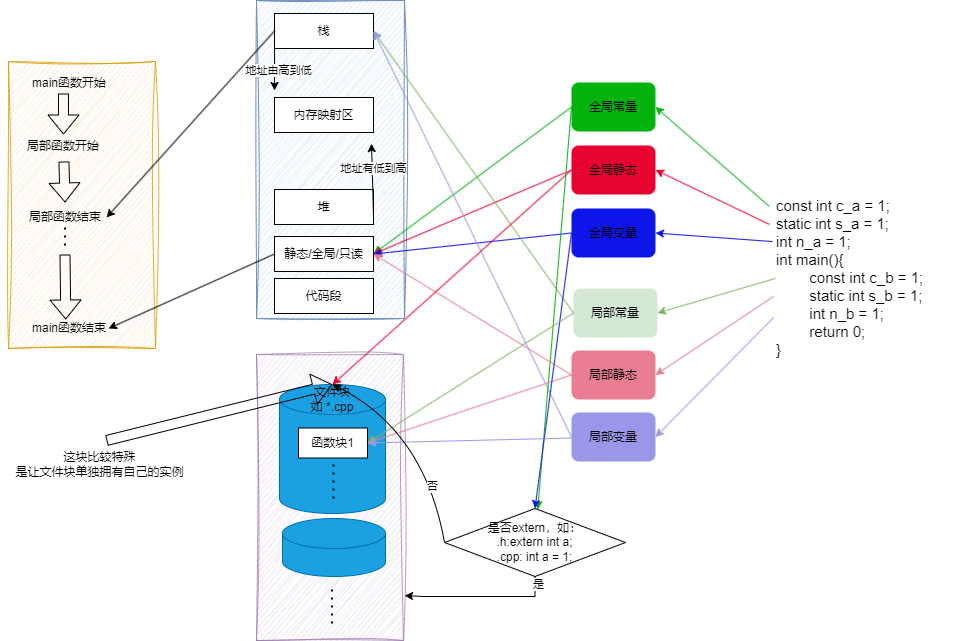
Before: CS/语言/C(++)/存储位置、作用域与生命周期.drawio.png, a diagram exported from draw.io (sirius-zyj/Images). Source tidied: cells renumbered, new cells last; positions are measured from the earlier drawing's top-left corner, leaving out a move shared by most shapes.
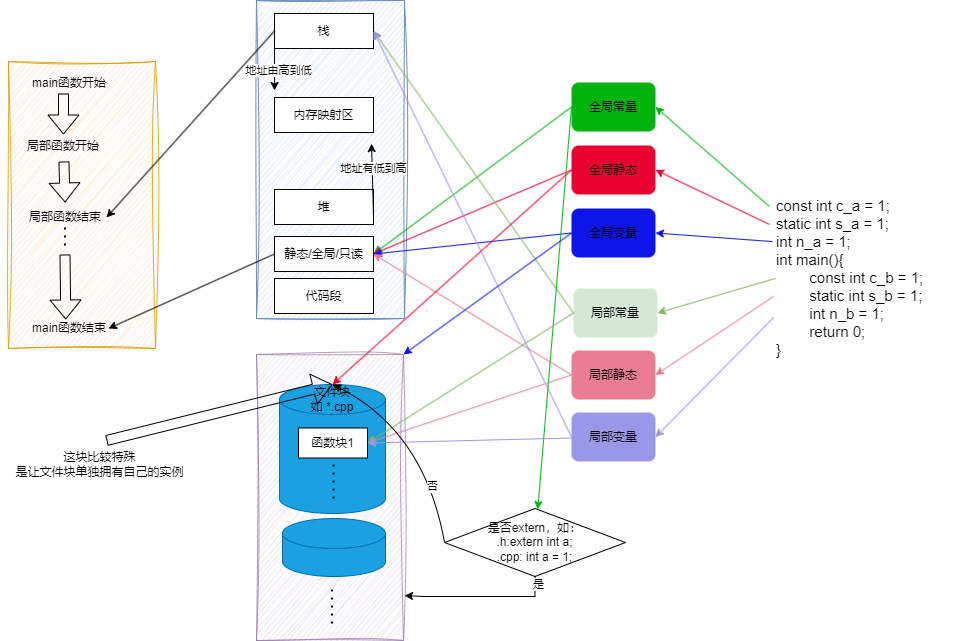
The same file after the commit.

Commit message:
更新存储位置、作用域与生命周期.drawio.png

What changed in the source:
```diff
@@ -167,7 +167,7 @@
     <mxCell id="51" style="endArrow=classic;html=1;rounded=0;exitX=0;exitY=0.5;exitDx=0;exitDy=0;entryX=1;entryY=0.5;entryDx=0;entryDy=0;strokeColor=#E87D93;" parent="1" edge="1" source="18" target="45">
       <mxGeometry relative="1" as="geometry" />
     </mxCell>
-    <mxCell id="52" style="endArrow=classic;html=1;rounded=0;exitX=0;exitY=0.5;exitDx=0;exitDy=0;strokeColor=#0E15E8;entryX=0.5;entryY=0;entryDx=0;entryDy=0;" parent="1" edge="1" source="16" target="57">
+    <mxCell id="52" style="endArrow=classic;html=1;rounded=0;exitX=0;exitY=0.5;exitDx=0;exitDy=0;strokeColor=#0E15E8;entryX=1;entryY=0;entryDx=0;entryDy=0;" parent="1" edge="1" source="16" target="42">
       <mxGeometry relative="1" as="geometry" />
     </mxCell>
     <mxCell id="53" style="endArrow=classic;html=1;rounded=0;exitX=0;exitY=0.5;exitDx=0;exitDy=0;entryX=1;entryY=0.5;entryDx=0;entryDy=0;fillColor=#d5e8d4;strokeColor=#82b366;" parent="1" edge="1" source="17" target="45">
```
